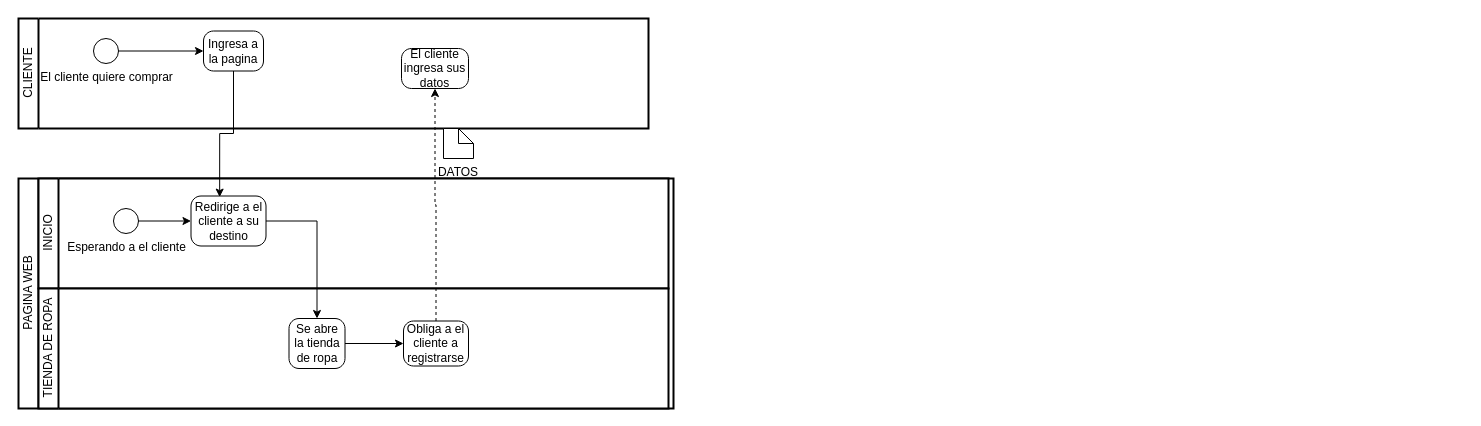
Above: Untitled Diagram.drawio in jaime37/DRAWS (draw.io), before the change. Source tidied: cells renumbered, new cells numbered last; positions are measured from the earlier drawing's top-left corner, leaving out a move shared by most shapes. Both pictures are drawn from the tidied source at 100%, with x=0, y=0 at pixel (18, 18).
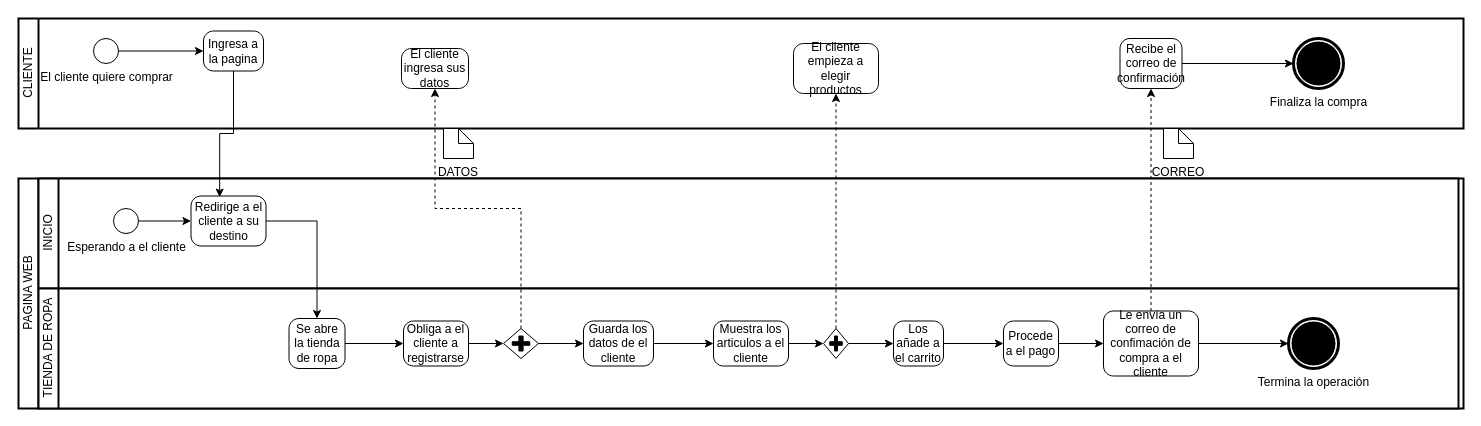
Above is the later version.

Unchanged cells that the change refers to:
```xml
<mxCell id="12" value="Obliga a el cliente a registrarse" style="points=[[0.25,0,0],[0.5,0,0],[0.75,0,0],[1,0.25,0],[1,0.5,0],[1,0.75,0],[0.75,1,0],[0.5,1,0],[0.25,1,0],[0,0.75,0],[0,0.5,0],[0,0.25,0]];shape=mxgraph.bpmn.task;whiteSpace=wrap;rectStyle=rounded;size=10;taskMarker=abstract;" parent="9" vertex="1">
  <mxGeometry x="365" y="32.5" width="65" height="45" as="geometry" />
</mxCell>
<mxCell id="18" value="El cliente ingresa sus datos" style="points=[[0.25,0,0],[0.5,0,0],[0.75,0,0],[1,0.25,0],[1,0.5,0],[1,0.75,0],[0.75,1,0],[0.5,1,0],[0.25,1,0],[0,0.75,0],[0,0.5,0],[0,0.25,0]];shape=mxgraph.bpmn.task;whiteSpace=wrap;rectStyle=rounded;size=10;taskMarker=abstract;" parent="14" vertex="1">
  <mxGeometry x="383" y="30" width="67" height="40" as="geometry" />
</mxCell>
```

Change to the diagram source:
```diff
@@
     <mxCell id="2" value="PAGINA WEB" style="swimlane;html=1;startSize=20;fontStyle=0;horizontal=0;swimlaneLine=1;swimlaneFillColor=#ffffff;strokeWidth=2;" parent="1" vertex="1">
-      <mxGeometry y="160" width="655" height="230" as="geometry" />
+      <mxGeometry y="160" width="1445" height="230" as="geometry" />
     </mxCell>
     <mxCell id="3" style="swimlane;html=1;startSize=20;fontStyle=0;horizontal=0;swimlaneLine=0;fillColor=none;" parent="2" vertex="1">
-      <mxGeometry x="20" width="630" height="110" as="geometry" />
+      <mxGeometry x="20" width="1420" height="110" as="geometry" />
     </mxCell>
     <mxCell id="4" value="INICIO" style="swimlane;html=1;startSize=20;fontStyle=0;horizontal=0;swimlaneLine=1;swimlaneFillColor=#ffffff;strokeWidth=2;" parent="3" vertex="1">
-      <mxGeometry width="630" height="110" as="geometry" />
+      <mxGeometry width="1420" height="110" as="geometry" />
     </mxCell>
@@
     <mxCell id="8" style="swimlane;html=1;startSize=20;fontStyle=0;horizontal=0;swimlaneLine=0;fillColor=none;" parent="2" vertex="1">
-      <mxGeometry x="20" y="110" width="630" height="120" as="geometry" />
+      <mxGeometry x="20" y="110" width="1420" height="120" as="geometry" />
     </mxCell>
     <mxCell id="9" value="TIENDA DE ROPA&lt;br&gt;" style="swimlane;html=1;startSize=20;fontStyle=0;horizontal=0;swimlaneLine=1;swimlaneFillColor=#ffffff;strokeWidth=2;" parent="8" vertex="1">
-      <mxGeometry width="630" height="120" as="geometry" />
+      <mxGeometry width="1420" height="120" as="geometry" />
     </mxCell>
@@
+    <mxCell id="22" style="edgeStyle=orthogonalEdgeStyle;rounded=0;jettySize=auto;html=1;exitX=1;exitY=0.5;exitDx=0;exitDy=0;exitPerimeter=0;entryX=0;entryY=0.5;entryDx=0;entryDy=0;entryPerimeter=0;" parent="9" edge="1" source="12" target="23">
+      <mxGeometry relative="1" as="geometry" />
+    </mxCell>
@@
+    <mxCell id="23" style="points=[[0.25,0.25,0],[0.5,0,0],[0.75,0.25,0],[1,0.5,0],[0.75,0.75,0],[0.5,1,0],[0.25,0.75,0],[0,0.5,0]];shape=mxgraph.bpmn.gateway2;html=1;verticalLabelPosition=bottom;labelBackgroundColor=#ffffff;verticalAlign=top;align=center;perimeter=rhombusPerimeter;outlineConnect=0;outline=none;symbol=none;gwType=parallel;" parent="9" vertex="1">
+      <mxGeometry x="465" y="40" width="35" height="30" as="geometry" />
+    </mxCell>
+    <mxCell id="24" value="Guarda los datos de el cliente" style="points=[[0.25,0,0],[0.5,0,0],[0.75,0,0],[1,0.25,0],[1,0.5,0],[1,0.75,0],[0.75,1,0],[0.5,1,0],[0.25,1,0],[0,0.75,0],[0,0.5,0],[0,0.25,0]];shape=mxgraph.bpmn.task;whiteSpace=wrap;rectStyle=rounded;size=10;taskMarker=abstract;" parent="9" vertex="1">
+      <mxGeometry x="545" y="32.5" width="70" height="45" as="geometry" />
+    </mxCell>
+    <mxCell id="25" style="edgeStyle=orthogonalEdgeStyle;rounded=0;jettySize=auto;html=1;exitX=1;exitY=0.5;exitDx=0;exitDy=0;exitPerimeter=0;" parent="9" edge="1" source="23" target="24">
+      <mxGeometry relative="1" as="geometry" />
+    </mxCell>
+    <mxCell id="26" value="Muestra los articulos a el cliente" style="points=[[0.25,0,0],[0.5,0,0],[0.75,0,0],[1,0.25,0],[1,0.5,0],[1,0.75,0],[0.75,1,0],[0.5,1,0],[0.25,1,0],[0,0.75,0],[0,0.5,0],[0,0.25,0]];shape=mxgraph.bpmn.task;whiteSpace=wrap;rectStyle=rounded;size=10;taskMarker=abstract;" parent="9" vertex="1">
+      <mxGeometry x="675" y="32.5" width="75" height="45" as="geometry" />
+    </mxCell>
+    <mxCell id="27" style="edgeStyle=orthogonalEdgeStyle;rounded=0;jettySize=auto;html=1;exitX=1;exitY=0.5;exitDx=0;exitDy=0;exitPerimeter=0;" parent="9" edge="1" source="24" target="26">
+      <mxGeometry relative="1" as="geometry" />
+    </mxCell>
+    <mxCell id="28" style="points=[[0.25,0.25,0],[0.5,0,0],[0.75,0.25,0],[1,0.5,0],[0.75,0.75,0],[0.5,1,0],[0.25,0.75,0],[0,0.5,0]];shape=mxgraph.bpmn.gateway2;html=1;verticalLabelPosition=bottom;labelBackgroundColor=#ffffff;verticalAlign=top;align=center;perimeter=rhombusPerimeter;outlineConnect=0;outline=none;symbol=none;gwType=parallel;" parent="9" vertex="1">
+      <mxGeometry x="785" y="40" width="25" height="30" as="geometry" />
+    </mxCell>
+    <mxCell id="29" style="edgeStyle=orthogonalEdgeStyle;rounded=0;jettySize=auto;html=1;exitX=1;exitY=0.5;exitDx=0;exitDy=0;exitPerimeter=0;" parent="9" edge="1" source="26" target="28">
+      <mxGeometry relative="1" as="geometry" />
+    </mxCell>
+    <mxCell id="30" value="Los añade a el carrito" style="points=[[0.25,0,0],[0.5,0,0],[0.75,0,0],[1,0.25,0],[1,0.5,0],[1,0.75,0],[0.75,1,0],[0.5,1,0],[0.25,1,0],[0,0.75,0],[0,0.5,0],[0,0.25,0]];shape=mxgraph.bpmn.task;whiteSpace=wrap;rectStyle=rounded;size=10;taskMarker=abstract;" parent="9" vertex="1">
+      <mxGeometry x="855" y="32.5" width="50" height="45" as="geometry" />
+    </mxCell>
+    <mxCell id="31" style="edgeStyle=orthogonalEdgeStyle;rounded=0;jettySize=auto;html=1;exitX=1;exitY=0.5;exitDx=0;exitDy=0;exitPerimeter=0;" parent="9" edge="1" source="28" target="30">
+      <mxGeometry relative="1" as="geometry" />
+    </mxCell>
+    <mxCell id="32" value="Procede a el pago" style="points=[[0.25,0,0],[0.5,0,0],[0.75,0,0],[1,0.25,0],[1,0.5,0],[1,0.75,0],[0.75,1,0],[0.5,1,0],[0.25,1,0],[0,0.75,0],[0,0.5,0],[0,0.25,0]];shape=mxgraph.bpmn.task;whiteSpace=wrap;rectStyle=rounded;size=10;taskMarker=abstract;" parent="9" vertex="1">
+      <mxGeometry x="965" y="32.5" width="55" height="45" as="geometry" />
+    </mxCell>
+    <mxCell id="33" style="edgeStyle=orthogonalEdgeStyle;rounded=0;jettySize=auto;html=1;exitX=1;exitY=0.5;exitDx=0;exitDy=0;exitPerimeter=0;" parent="9" edge="1" source="30" target="32">
+      <mxGeometry relative="1" as="geometry" />
+    </mxCell>
+    <mxCell id="34" value="Le envía un correo de confimación de compra a el cliente" style="points=[[0.25,0,0],[0.5,0,0],[0.75,0,0],[1,0.25,0],[1,0.5,0],[1,0.75,0],[0.75,1,0],[0.5,1,0],[0.25,1,0],[0,0.75,0],[0,0.5,0],[0,0.25,0]];shape=mxgraph.bpmn.task;whiteSpace=wrap;rectStyle=rounded;size=10;taskMarker=abstract;" parent="9" vertex="1">
+      <mxGeometry x="1065" y="22.5" width="95" height="65" as="geometry" />
+    </mxCell>
+    <mxCell id="35" style="edgeStyle=orthogonalEdgeStyle;rounded=0;jettySize=auto;html=1;exitX=1;exitY=0.5;exitDx=0;exitDy=0;exitPerimeter=0;" parent="9" edge="1" source="32" target="34">
+      <mxGeometry relative="1" as="geometry" />
+    </mxCell>
@@
     <mxCell id="14" value="CLIENTE" style="swimlane;html=1;startSize=20;fontStyle=0;horizontal=0;swimlaneLine=1;swimlaneFillColor=#ffffff;strokeWidth=2;" parent="1" vertex="1">
-      <mxGeometry width="630" height="110" as="geometry" />
+      <mxGeometry width="1445" height="110" as="geometry" />
     </mxCell>
@@
+    <mxCell id="36" value="El cliente empieza a elegir productos" style="points=[[0.25,0,0],[0.5,0,0],[0.75,0,0],[1,0.25,0],[1,0.5,0],[1,0.75,0],[0.75,1,0],[0.5,1,0],[0.25,1,0],[0,0.75,0],[0,0.5,0],[0,0.25,0]];shape=mxgraph.bpmn.task;whiteSpace=wrap;rectStyle=rounded;size=10;taskMarker=abstract;" parent="14" vertex="1">
+      <mxGeometry x="775" y="25" width="85" height="50" as="geometry" />
+    </mxCell>
+    <mxCell id="37" value="Recibe el correo de confirmación" style="points=[[0.25,0,0],[0.5,0,0],[0.75,0,0],[1,0.25,0],[1,0.5,0],[1,0.75,0],[0.75,1,0],[0.5,1,0],[0.25,1,0],[0,0.75,0],[0,0.5,0],[0,0.25,0]];shape=mxgraph.bpmn.task;whiteSpace=wrap;rectStyle=rounded;size=10;taskMarker=abstract;" parent="14" vertex="1">
+      <mxGeometry x="1101.5" y="20" width="62" height="50" as="geometry" />
+    </mxCell>
+    <mxCell id="38" value="Finaliza la compra" style="points=[[0.145,0.145,0],[0.5,0,0],[0.855,0.145,0],[1,0.5,0],[0.855,0.855,0],[0.5,1,0],[0.145,0.855,0],[0,0.5,0]];shape=mxgraph.bpmn.event;html=1;verticalLabelPosition=bottom;labelBackgroundColor=#ffffff;verticalAlign=top;align=center;perimeter=ellipsePerimeter;outlineConnect=0;outline=end;symbol=terminate;" parent="14" vertex="1">
+      <mxGeometry x="1275" y="20" width="50" height="50" as="geometry" />
+    </mxCell>
+    <mxCell id="39" style="edgeStyle=orthogonalEdgeStyle;rounded=0;jettySize=auto;html=1;exitX=1;exitY=0.5;exitDx=0;exitDy=0;exitPerimeter=0;" parent="14" edge="1" source="37" target="38">
+      <mxGeometry relative="1" as="geometry" />
+    </mxCell>
@@
-    <mxCell id="20" style="edgeStyle=orthogonalEdgeStyle;rounded=0;jettySize=auto;html=1;exitX=0.5;exitY=0;exitDx=0;exitDy=0;exitPerimeter=0;dashed=1;" parent="1" edge="1" source="12" target="18">
+    <mxCell id="20" style="edgeStyle=orthogonalEdgeStyle;rounded=0;jettySize=auto;html=1;dashed=1;exitX=0.5;exitY=0;exitDx=0;exitDy=0;exitPerimeter=0;" parent="1" edge="1" source="23" target="18">
       <mxGeometry relative="1" as="geometry" />
     </mxCell>
@@
+    <mxCell id="40" style="edgeStyle=orthogonalEdgeStyle;rounded=0;jettySize=auto;html=1;exitX=0.5;exitY=0;exitDx=0;exitDy=0;exitPerimeter=0;entryX=0.5;entryY=1;entryDx=0;entryDy=0;entryPerimeter=0;dashed=1;" parent="1" edge="1" source="28" target="36">
+      <mxGeometry relative="1" as="geometry" />
+    </mxCell>
+    <mxCell id="41" style="edgeStyle=orthogonalEdgeStyle;rounded=0;jettySize=auto;html=1;exitX=0.5;exitY=0;exitDx=0;exitDy=0;exitPerimeter=0;dashed=1;" parent="1" edge="1" source="34" target="37">
+      <mxGeometry relative="1" as="geometry" />
+    </mxCell>
+    <mxCell id="42" style="edgeStyle=orthogonalEdgeStyle;rounded=0;jettySize=auto;html=1;exitX=1;exitY=0.5;exitDx=0;exitDy=0;exitPerimeter=0;" parent="1" edge="1" source="34" target="43">
+      <mxGeometry relative="1" as="geometry" />
+    </mxCell>
+    <mxCell id="43" value="Termina la operación" style="points=[[0.145,0.145,0],[0.5,0,0],[0.855,0.145,0],[1,0.5,0],[0.855,0.855,0],[0.5,1,0],[0.145,0.855,0],[0,0.5,0]];shape=mxgraph.bpmn.event;html=1;verticalLabelPosition=bottom;labelBackgroundColor=#ffffff;verticalAlign=top;align=center;perimeter=ellipsePerimeter;outlineConnect=0;outline=end;symbol=terminate;" parent="1" vertex="1">
+      <mxGeometry x="1270" y="300" width="50" height="50" as="geometry" />
+    </mxCell>
+    <mxCell id="44" value="CORREO" style="shape=mxgraph.bpmn.data;labelPosition=center;verticalLabelPosition=bottom;align=center;verticalAlign=top;whiteSpace=wrap;size=15;html=1;" parent="1" vertex="1">
+      <mxGeometry x="1145" y="110" width="30" height="30" as="geometry" />
+    </mxCell>
```
